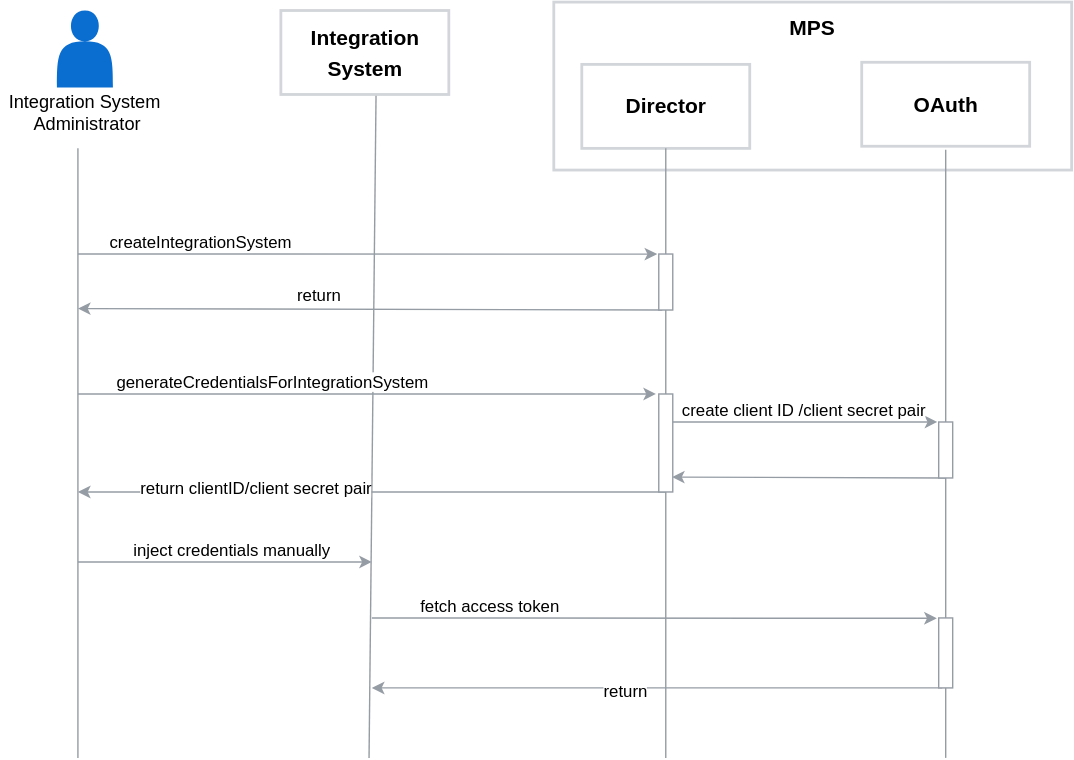
Above: docs/architecture/assets/integration-system-registration.svg in kyma-incubator/compass (draw.io), before the change. Source tidied: cells renumbered, new cells last; positions are measured from the earlier drawing's top-left corner, leaving out a move shared by most shapes.
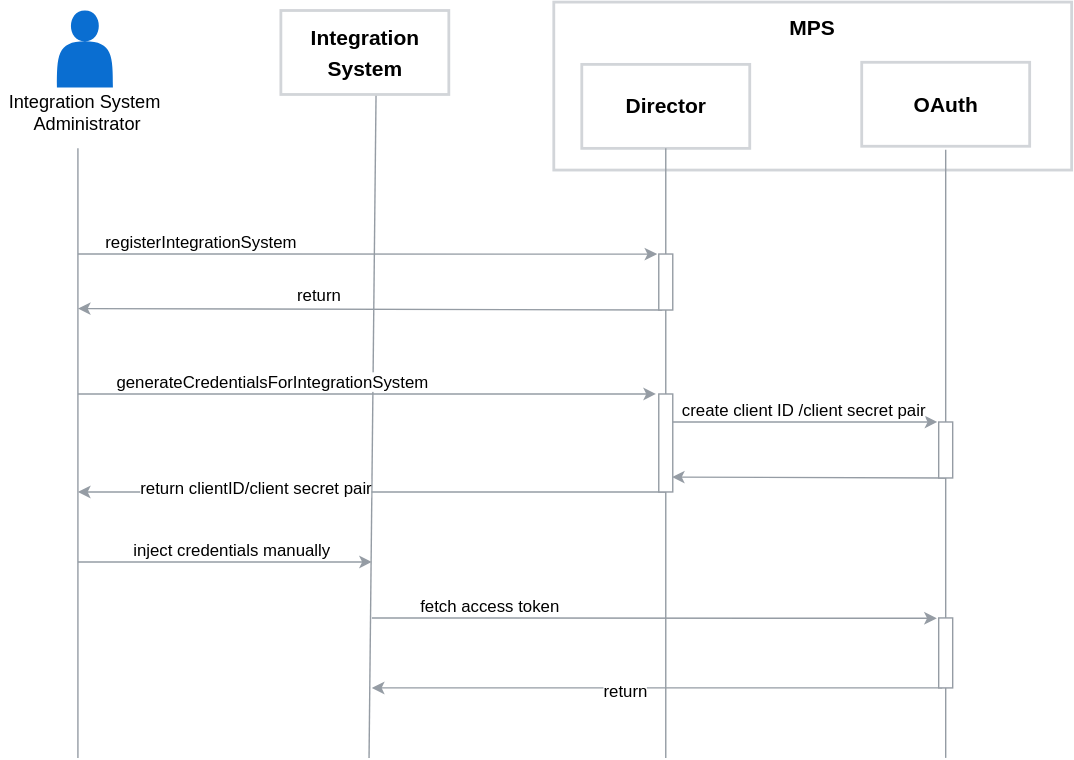
The same file after the commit.

Change to the diagram source:
```diff
@@ -39,7 +39,7 @@
         <mxPoint x="55" y="180" as="targetPoint" />
       </mxGeometry>
     </mxCell>
-    <mxCell id="11" value="createIntegrationSystem" style="text;html=1;align=center;verticalAlign=middle;labelBackgroundColor=#ffffff;" parent="10" vertex="1">
+    <mxCell id="11" value="registerIntegrationSystem" style="text;html=1;align=center;verticalAlign=middle;labelBackgroundColor=#ffffff;" parent="10" vertex="1">
       <mxGeometry x="0.22" y="2" relative="1" as="geometry">
         <mxPoint x="-73" y="-12" as="offset" />
       </mxGeometry>
```
